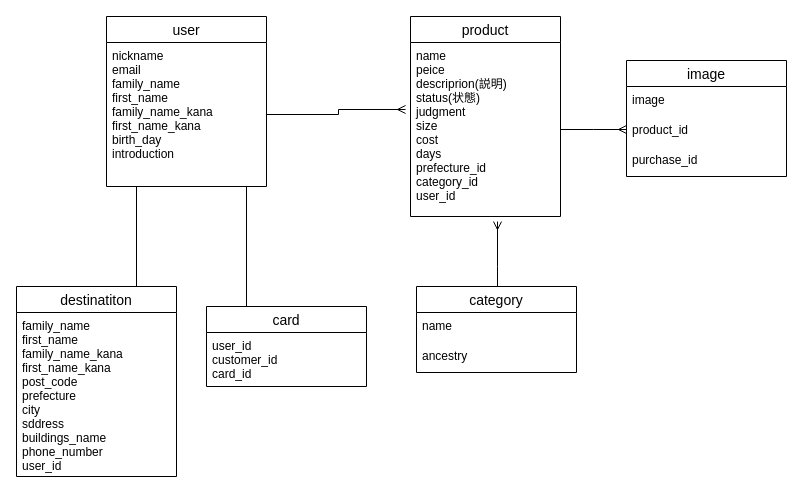
The draw.io diagram furima.dio in renharano/furima-33045, before the edit. Source tidied: cells renumbered, new cells numbered last; positions are measured from the earlier drawing's top-left corner, leaving out a move shared by most shapes. Both pictures are drawn from the tidied source at 100%, with x=0, y=0 at pixel (16, 16).
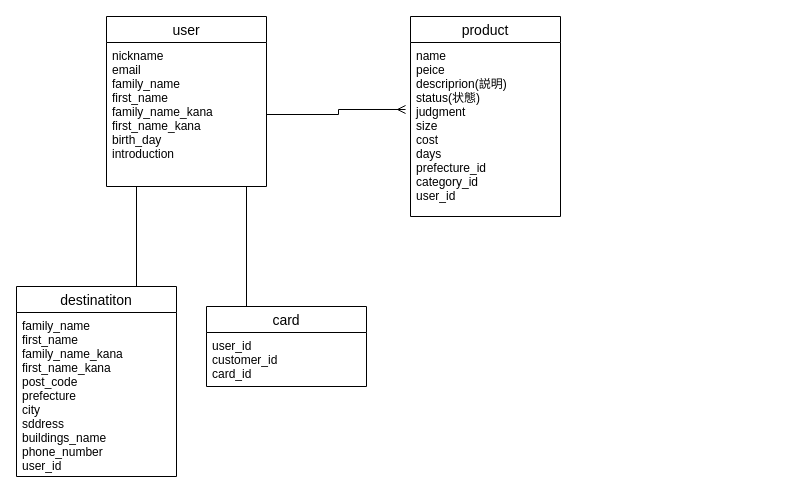
The same diagram, later.

Unchanged cells that the change refers to:
```xml
<mxCell id="5" value="name&#10;peice&#10;descriprion(説明)&#10;status(状態)&#10;judgment&#10;size&#10;cost&#10;days&#10;prefecture_id&#10;category_id&#10;user_id&#10;" style="text;strokeColor=none;fillColor=none;spacingLeft=4;spacingRight=4;overflow=hidden;points=[[0,0.5],[1,0.5]];portConstraint=eastwest;fontSize=12;" parent="4" vertex="1">
  <mxGeometry y="26" width="150" height="174" as="geometry" />
</mxCell>
```

What changed in the source:
```diff
@@
-    <mxCell id="12" value="image" style="swimlane;fontStyle=0;horizontal=1;startSize=26;align=center;fontSize=14;" parent="1" vertex="1">
-      <mxGeometry x="610" y="44" width="160" height="116" as="geometry" />
-    </mxCell>
-    <mxCell id="13" value="image" style="text;strokeColor=none;fillColor=none;spacingLeft=4;spacingRight=4;overflow=hidden;fontSize=12;" parent="12" vertex="1">
-      <mxGeometry y="26" width="160" height="30" as="geometry" />
-    </mxCell>
-    <mxCell id="14" value="product_id" style="text;strokeColor=none;fillColor=none;spacingLeft=4;spacingRight=4;overflow=hidden;fontSize=12;" parent="12" vertex="1">
-      <mxGeometry y="56" width="160" height="30" as="geometry" />
-    </mxCell>
-    <mxCell id="15" value="purchase_id" style="text;strokeColor=none;fillColor=none;spacingLeft=4;spacingRight=4;overflow=hidden;fontSize=12;" parent="12" vertex="1">
-      <mxGeometry y="86" width="160" height="30" as="geometry" />
-    </mxCell>
-    <mxCell id="16" style="edgeStyle=orthogonalEdgeStyle;rounded=0;jettySize=auto;html=1;endArrow=ERmany;endFill=0;entryX=0.58;entryY=1.029;entryDx=0;entryDy=0;entryPerimeter=0;" parent="1" edge="1" source="17" target="5">
-      <mxGeometry relative="1" as="geometry">
-        <Array as="points">
-          <mxPoint x="481" y="250" />
-          <mxPoint x="481" y="250" />
-        </Array>
-      </mxGeometry>
-    </mxCell>
-    <mxCell id="17" value="category" style="swimlane;fontStyle=0;horizontal=1;startSize=26;align=center;fontSize=14;" parent="1" vertex="1">
-      <mxGeometry x="400" y="270" width="160" height="86" as="geometry" />
-    </mxCell>
-    <mxCell id="18" value="name" style="text;strokeColor=none;fillColor=none;spacingLeft=4;spacingRight=4;overflow=hidden;fontSize=12;" parent="17" vertex="1">
-      <mxGeometry y="26" width="160" height="30" as="geometry" />
-    </mxCell>
-    <mxCell id="19" value="ancestry" style="text;strokeColor=none;fillColor=none;spacingLeft=4;spacingRight=4;overflow=hidden;fontSize=12;" parent="17" vertex="1">
-      <mxGeometry y="56" width="160" height="30" as="geometry" />
-    </mxCell>
@@
-    <mxCell id="21" style="edgeStyle=orthogonalEdgeStyle;rounded=0;jettySize=auto;html=1;exitX=1;exitY=0.5;exitDx=0;exitDy=0;endArrow=ERmany;endFill=0;" parent="1" edge="1" source="5">
-      <mxGeometry relative="1" as="geometry">
-        <mxPoint x="610" y="113" as="targetPoint" />
-      </mxGeometry>
-    </mxCell>
```
